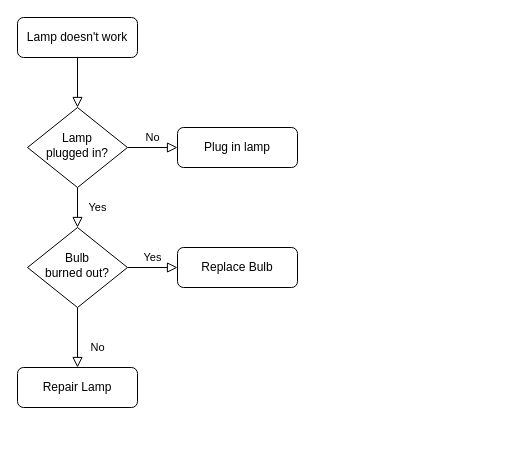
This is Untitled Diagram.drawio from boramkim0514/110, a draw.io file, before an edit. Source tidied: cells renumbered, new cells numbered last; positions are measured from the earlier drawing's top-left corner, leaving out a move shared by most shapes. Both pictures are drawn from the tidied source at 100%, with x=0, y=0 at pixel (17, 17).
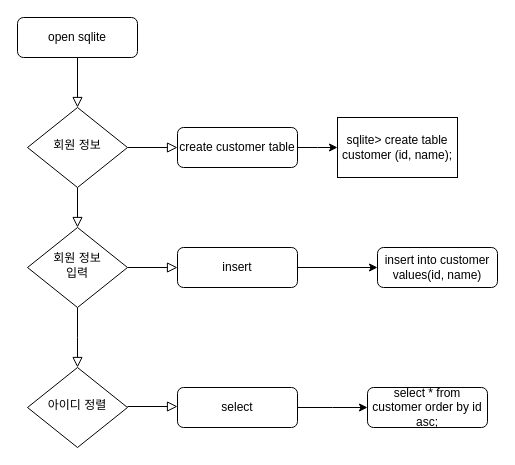
Above is the later version.

Change to the diagram source:
```diff
@@
-    <mxCell id="3" value="Lamp doesn't work" style="rounded=1;whiteSpace=wrap;html=1;fontSize=12;glass=0;strokeWidth=1;shadow=0;" parent="1" vertex="1">
+    <mxCell id="3" value="open sqlite" style="rounded=1;whiteSpace=wrap;html=1;fontSize=12;glass=0;strokeWidth=1;shadow=0;" parent="1" vertex="1">
       <mxGeometry width="120" height="40" as="geometry" />
     </mxCell>
-    <mxCell id="4" value="Yes" style="rounded=0;html=1;jettySize=auto;fontSize=11;endArrow=block;endFill=0;endSize=8;strokeWidth=1;shadow=0;labelBackgroundColor=none;edgeStyle=orthogonalEdgeStyle;" parent="1" edge="1" source="6" target="10">
+    <mxCell id="4" style="rounded=0;html=1;jettySize=auto;fontSize=11;endArrow=block;endFill=0;endSize=8;strokeWidth=1;shadow=0;labelBackgroundColor=none;edgeStyle=orthogonalEdgeStyle;" parent="1" edge="1" source="6" target="10">
       <mxGeometry y="20" relative="1" as="geometry" />
     </mxCell>
-    <mxCell id="5" value="No" style="edgeStyle=orthogonalEdgeStyle;rounded=0;html=1;jettySize=auto;fontSize=11;endArrow=block;endFill=0;endSize=8;strokeWidth=1;shadow=0;labelBackgroundColor=none;" parent="1" edge="1" source="6" target="7">
+    <mxCell id="5" style="edgeStyle=orthogonalEdgeStyle;rounded=0;html=1;jettySize=auto;fontSize=11;endArrow=block;endFill=0;endSize=8;strokeWidth=1;shadow=0;labelBackgroundColor=none;" parent="1" edge="1" source="6" target="7">
       <mxGeometry y="10" relative="1" as="geometry" />
     </mxCell>
-    <mxCell id="6" value="Lamp&lt;br&gt;plugged in?" style="rhombus;whiteSpace=wrap;html=1;shadow=0;fontFamily=Helvetica;fontSize=12;align=center;strokeWidth=1;spacing=6;spacingTop=-4;" parent="1" vertex="1">
+    <mxCell id="6" value="회원 정보 " style="rhombus;whiteSpace=wrap;html=1;shadow=0;fontFamily=Helvetica;fontSize=12;align=center;strokeWidth=1;spacing=6;spacingTop=-4;" parent="1" vertex="1">
       <mxGeometry x="10" y="90" width="100" height="80" as="geometry" />
     </mxCell>
+    <mxCell id="13" style="edgeStyle=orthogonalEdgeStyle;rounded=0;jettySize=auto;html=1;" parent="1" edge="1" source="7">
+      <mxGeometry relative="1" as="geometry">
+        <mxPoint x="320" y="130" as="targetPoint" />
+        <Array as="points">
+          <mxPoint x="300" y="130" />
+          <mxPoint x="300" y="130" />
+        </Array>
+      </mxGeometry>
+    </mxCell>
-    <mxCell id="7" value="Plug in lamp" style="rounded=1;whiteSpace=wrap;html=1;fontSize=12;glass=0;strokeWidth=1;shadow=0;" parent="1" vertex="1">
+    <mxCell id="7" value="create customer table" style="rounded=1;whiteSpace=wrap;html=1;fontSize=12;glass=0;strokeWidth=1;shadow=0;" parent="1" vertex="1">
       <mxGeometry x="160" y="110" width="120" height="40" as="geometry" />
     </mxCell>
-    <mxCell id="8" value="No" style="rounded=0;html=1;jettySize=auto;fontSize=11;endArrow=block;endFill=0;endSize=8;strokeWidth=1;shadow=0;labelBackgroundColor=none;edgeStyle=orthogonalEdgeStyle;" parent="1" edge="1" source="10" target="11">
-      <mxGeometry x="0.33" y="20" relative="1" as="geometry" />
+    <mxCell id="8" style="rounded=0;html=1;jettySize=auto;fontSize=11;endArrow=block;endFill=0;endSize=8;strokeWidth=1;shadow=0;labelBackgroundColor=none;edgeStyle=orthogonalEdgeStyle;" parent="1" edge="1" source="10">
+      <mxGeometry x="0.33" y="20" relative="1" as="geometry">
+        <mxPoint x="60" y="350" as="targetPoint" />
+      </mxGeometry>
     </mxCell>
-    <mxCell id="9" value="Yes" style="edgeStyle=orthogonalEdgeStyle;rounded=0;html=1;jettySize=auto;fontSize=11;endArrow=block;endFill=0;endSize=8;strokeWidth=1;shadow=0;labelBackgroundColor=none;" parent="1" edge="1" source="10" target="12">
+    <mxCell id="9" style="edgeStyle=orthogonalEdgeStyle;rounded=0;html=1;jettySize=auto;fontSize=11;endArrow=block;endFill=0;endSize=8;strokeWidth=1;shadow=0;labelBackgroundColor=none;" parent="1" edge="1" source="10" target="12">
       <mxGeometry y="10" relative="1" as="geometry" />
     </mxCell>
-    <mxCell id="10" value="Bulb&lt;br&gt;burned out?" style="rhombus;whiteSpace=wrap;html=1;shadow=0;fontFamily=Helvetica;fontSize=12;align=center;strokeWidth=1;spacing=6;spacingTop=-4;" parent="1" vertex="1">
+    <mxCell id="10" value="&lt;div&gt;회원 정보&lt;/div&gt;&lt;div&gt;입력&lt;/div&gt;" style="rhombus;whiteSpace=wrap;html=1;shadow=0;fontFamily=Helvetica;fontSize=12;align=center;strokeWidth=1;spacing=6;spacingTop=-4;" parent="1" vertex="1">
       <mxGeometry x="10" y="210" width="100" height="80" as="geometry" />
     </mxCell>
-    <mxCell id="11" value="Repair Lamp" style="rounded=1;whiteSpace=wrap;html=1;fontSize=12;glass=0;strokeWidth=1;shadow=0;" parent="1" vertex="1">
-      <mxGeometry y="350" width="120" height="40" as="geometry" />
-    </mxCell>
+    <mxCell id="14" style="edgeStyle=orthogonalEdgeStyle;rounded=0;jettySize=auto;html=1;" parent="1" edge="1" source="12" target="18">
+      <mxGeometry relative="1" as="geometry" />
+    </mxCell>
-    <mxCell id="12" value="Replace Bulb" style="rounded=1;whiteSpace=wrap;html=1;fontSize=12;glass=0;strokeWidth=1;shadow=0;" parent="1" vertex="1">
+    <mxCell id="12" value="insert" style="rounded=1;whiteSpace=wrap;html=1;fontSize=12;glass=0;strokeWidth=1;shadow=0;" parent="1" vertex="1">
       <mxGeometry x="160" y="230" width="120" height="40" as="geometry" />
     </mxCell>
+    <mxCell id="15" value="sqlite&amp;gt; create table customer (id, name);" style="whiteSpace=wrap;html=1;" parent="1" vertex="1">
+      <mxGeometry x="320" y="100" width="120" height="60" as="geometry" />
+    </mxCell>
+    <mxCell id="16" style="edgeStyle=orthogonalEdgeStyle;rounded=0;jettySize=auto;html=1;" parent="1" edge="1" source="17">
+      <mxGeometry relative="1" as="geometry">
+        <mxPoint x="350" y="390" as="targetPoint" />
+      </mxGeometry>
+    </mxCell>
+    <mxCell id="17" value="select " style="whiteSpace=wrap;html=1;rounded=1;shadow=0;strokeWidth=1;glass=0;" parent="1" vertex="1">
+      <mxGeometry x="160" y="370" width="120" height="40" as="geometry" />
+    </mxCell>
+    <mxCell id="18" value="insert into customer values(id, name)" style="rounded=1;whiteSpace=wrap;html=1;fontSize=12;glass=0;strokeWidth=1;shadow=0;" parent="1" vertex="1">
+      <mxGeometry x="360" y="230" width="120" height="40" as="geometry" />
+    </mxCell>
+    <mxCell id="19" value="select * from customer order by id asc;" style="whiteSpace=wrap;html=1;rounded=1;shadow=0;strokeWidth=1;glass=0;" parent="1" vertex="1">
+      <mxGeometry x="350" y="370" width="120" height="40" as="geometry" />
+    </mxCell>
+    <mxCell id="20" value="아이디 정렬" style="rhombus;whiteSpace=wrap;html=1;shadow=0;fontFamily=Helvetica;fontSize=12;align=center;strokeWidth=1;spacing=6;spacingTop=-4;" parent="1" vertex="1">
+      <mxGeometry x="10" y="350" width="100" height="80" as="geometry" />
+    </mxCell>
+    <mxCell id="21" style="edgeStyle=orthogonalEdgeStyle;rounded=0;html=1;jettySize=auto;orthogonalLoop=1;fontSize=11;endArrow=block;endFill=0;endSize=8;strokeWidth=1;shadow=0;labelBackgroundColor=none;" parent="1" edge="1">
+      <mxGeometry y="10" relative="1" as="geometry">
+        <mxPoint x="110" y="389" as="sourcePoint" />
+        <mxPoint x="160" y="389" as="targetPoint" />
+      </mxGeometry>
+    </mxCell>
```
